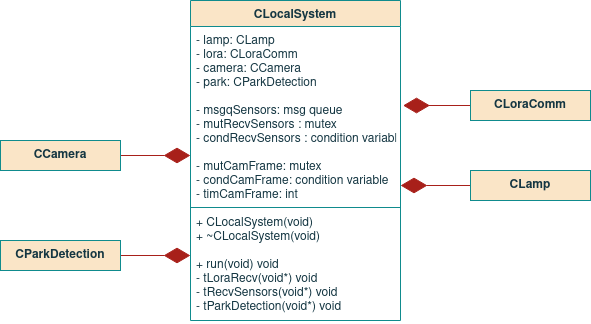
The draw.io diagram report/images/09sw_specification/LS/clocalsystem/class.png in ESRGgroup9/slipad, before a commit. Source tidied: cells renumbered, new cells last; positions are measured from the earlier drawing's top-left corner, leaving out a move shared by most shapes.
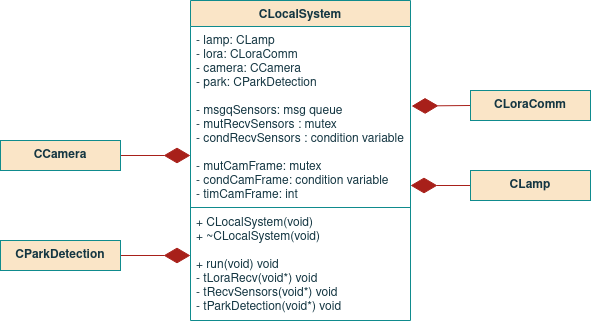
The same file after the commit.

What changed in the source:
```diff
@@ -3,30 +3,30 @@
     <mxCell id="0" />
     <mxCell id="1" parent="0" />
     <mxCell id="2" value="CLocalSystem" style="swimlane;fontStyle=1;align=center;verticalAlign=top;horizontal=1;startSize=26;fillColor=#FAE5C7;strokeColor=#0F8B8D;fontColor=#143642;" parent="1" vertex="1">
-      <mxGeometry x="190" width="210" height="320" as="geometry" />
+      <mxGeometry x="190" width="220" height="320" as="geometry" />
     </mxCell>
     <mxCell id="3" value="- lamp: CLamp&#10;- lora: CLoraComm&#10;- camera: CCamera&#10;- park: CParkDetection&#10;&#10;- msgqSensors: msg queue&#10;- mutRecvSensors : mutex&#10;- condRecvSensors : condition variable&#10;&#10;- mutCamFrame: mutex&#10;- condCamFrame: condition variable&#10;- timCamFrame: int&#10;&#10;&#10;&#10;" style="text;strokeColor=none;fillColor=none;align=left;verticalAlign=top;spacingLeft=4;spacingRight=4;overflow=hidden;points=[[0,0.5],[1,0.5]];portConstraint=eastwest;fontColor=#143642;" parent="2" vertex="1">
-      <mxGeometry y="26" width="210" height="180" as="geometry" />
+      <mxGeometry y="26" width="220" height="180" as="geometry" />
     </mxCell>
     <mxCell id="4" style="line;strokeWidth=1;fillColor=none;align=left;verticalAlign=middle;spacingTop=-1;spacingLeft=3;spacingRight=3;labelPosition=right;labelBackgroundColor=#DAD2D8;strokeColor=#0F8B8D;fontColor=#143642;" parent="2" vertex="1">
-      <mxGeometry y="206" width="210" height="2" as="geometry" />
+      <mxGeometry y="206" width="220" height="2" as="geometry" />
     </mxCell>
     <mxCell id="5" value="+ CLocalSystem(void)&#10;+ ~CLocalSystem(void)&#10;&#10;+ run(void) void&#10;- tLoraRecv(void*) void&#10;- tRecvSensors(void*) void&#10;- tParkDetection(void*) void&#10;" style="text;strokeColor=none;fillColor=none;align=left;verticalAlign=top;spacingLeft=4;spacingRight=4;overflow=hidden;fontColor=#143642;" parent="2" vertex="1">
-      <mxGeometry y="208" width="210" height="112" as="geometry" />
+      <mxGeometry y="208" width="220" height="112" as="geometry" />
     </mxCell>
     <mxCell id="6" style="endArrow=diamondThin;endFill=1;endSize=24;html=1;rounded=0;sketch=0;fontColor=#143642;strokeColor=#A8201A;fillColor=#FAE5C7;exitX=1;exitY=0.5;exitDx=0;exitDy=0;" parent="1" edge="1" source="12">
       <mxGeometry relative="1" as="geometry">
         <mxPoint x="190" y="255" as="targetPoint" />
       </mxGeometry>
     </mxCell>
-    <mxCell id="7" style="endArrow=diamondThin;endFill=1;endSize=24;html=1;rounded=0;sketch=0;fontColor=#143642;strokeColor=#A8201A;fillColor=#FAE5C7;exitX=0;exitY=0.5;exitDx=0;exitDy=0;entryX=1.012;entryY=0.439;entryDx=0;entryDy=0;entryPerimeter=0;" parent="1" edge="1" target="3">
+    <mxCell id="7" style="endArrow=diamondThin;endFill=1;endSize=24;html=1;rounded=0;sketch=0;fontColor=#143642;strokeColor=#A8201A;fillColor=#FAE5C7;exitX=0;exitY=0.5;exitDx=0;exitDy=0;entryX=1.005;entryY=0.442;entryDx=0;entryDy=0;entryPerimeter=0;" parent="1" edge="1" target="3">
       <mxGeometry relative="1" as="geometry">
         <mxPoint x="470" y="105" as="sourcePoint" />
       </mxGeometry>
     </mxCell>
     <mxCell id="8" style="endArrow=diamondThin;endFill=1;endSize=24;html=1;rounded=0;sketch=0;fontColor=#143642;strokeColor=#A8201A;fillColor=#FAE5C7;exitX=0;exitY=0.5;exitDx=0;exitDy=0;" parent="1" edge="1" source="10">
       <mxGeometry relative="1" as="geometry">
-        <mxPoint x="400" y="185" as="targetPoint" />
+        <mxPoint x="410" y="185" as="targetPoint" />
       </mxGeometry>
     </mxCell>
     <mxCell id="9" style="endArrow=diamondThin;endFill=1;endSize=24;html=1;rounded=0;sketch=0;fontColor=#143642;strokeColor=#A8201A;fillColor=#FAE5C7;exitX=1;exitY=0.5;exitDx=0;exitDy=0;" parent="1" edge="1" source="11">
```
